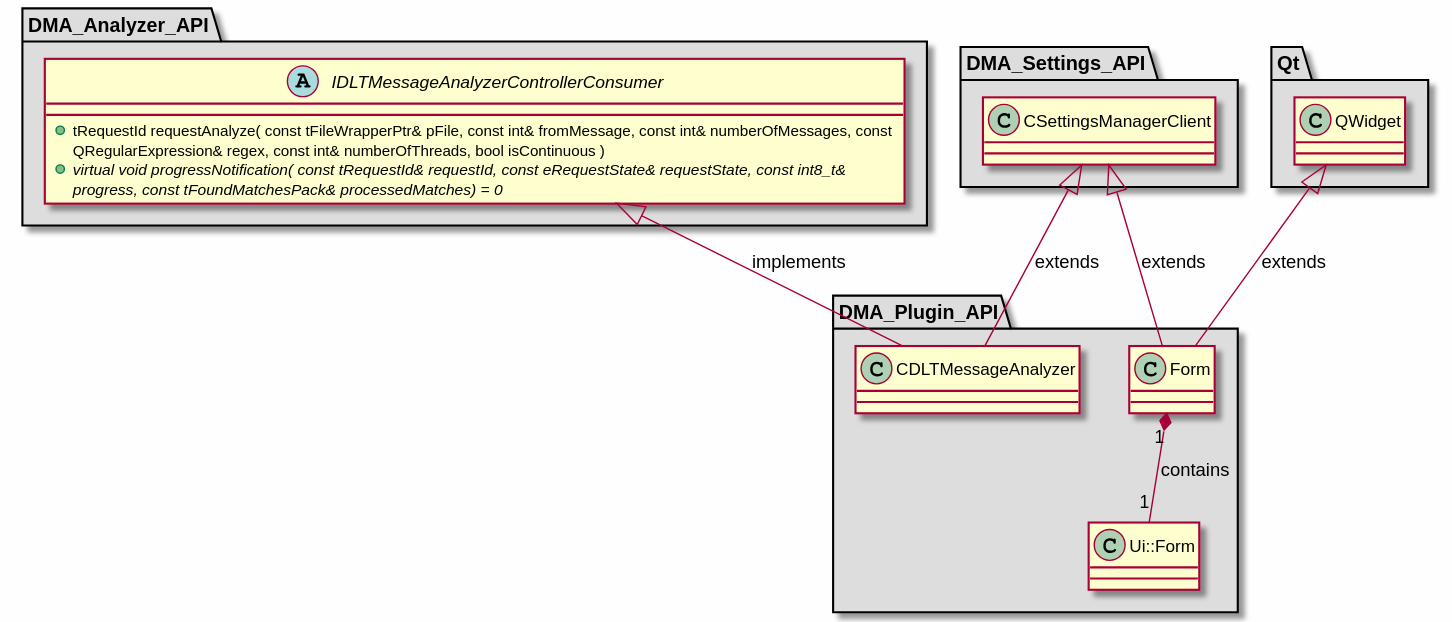
Earlier version of the PlantUML export md/dev_docs/puml/DMA_Plugin_API_standalone.svg (svlad-90/DLT-Message-Analyzer). Source of this version:
```plantuml
@startuml

skinparam backgroundColor #FEFEFE
skinparam wrapWidth 600
package "DMA_Analyzer_API" #DDDDDD
{

abstract class "IDLTMessageAnalyzerControllerConsumer"
{
    + tRequestId requestAnalyze( const tFileWrapperPtr& pFile, const int& fromMessage, const int& numberOfMessages, const QRegularExpression& regex, const int& numberOfThreads, bool isContinuous )
    + {abstract} virtual void progressNotification( const tRequestId& requestId, const eRequestState& requestState, const int8_t& progress, const tFoundMatchesPack& processedMatches) = 0
}

}

package "DMA_Plugin_API" #DDDDDD
{

class "CDLTMessageAnalyzer"
{
}

class "Form"
{
}

class "Ui::Form"
{
}

}

package "DMA_Settings_API" #DDDDDD
{

class "CSettingsManagerClient"
{
}

}

package "Qt" #DDDDDD
{

class "QWidget"
{
}

}

CSettingsManagerClient <|-- CDLTMessageAnalyzer : extends
IDLTMessageAnalyzerControllerConsumer <|-- CDLTMessageAnalyzer : implements
CSettingsManagerClient <|-- Form : extends
QWidget <|-- Form : extends

Form "1" *-- "1" Ui::Form : contains

@enduml
```
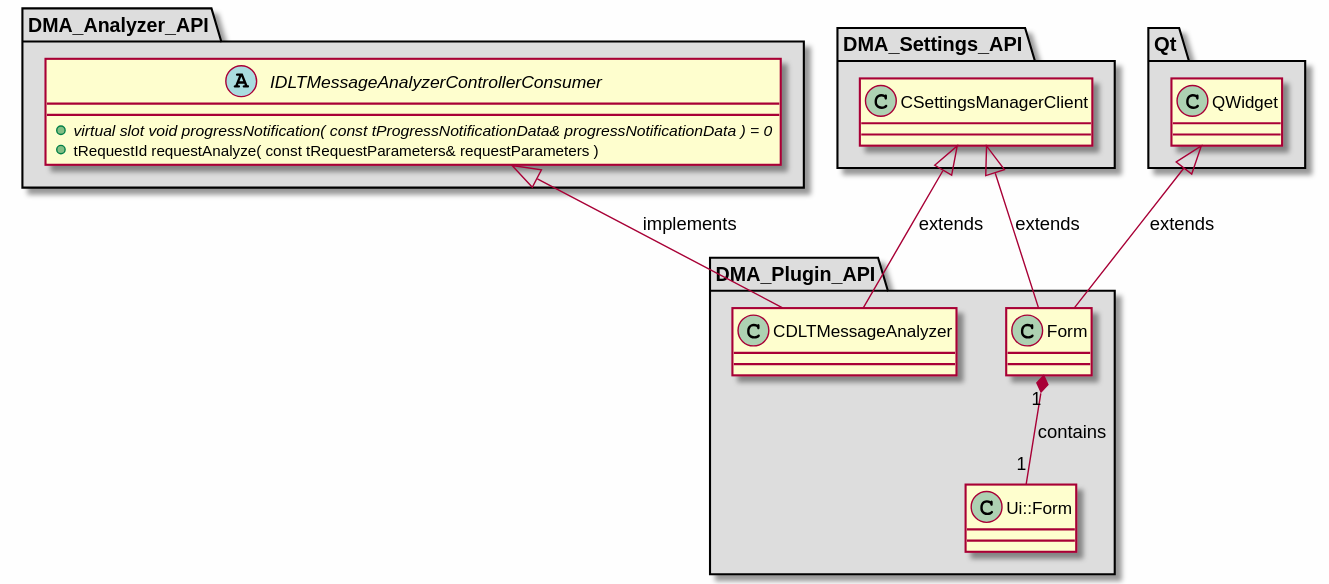
The same file after the commit.

The edit, as a diff of the source:
```diff
@@ -7,8 +7,8 @@
 
 abstract class "IDLTMessageAnalyzerControllerConsumer"
 {
-    + tRequestId requestAnalyze( const tFileWrapperPtr& pFile, const int& fromMessage, const int& numberOfMessages, const QRegularExpression& regex, const int& numberOfThreads, bool isContinuous )
-    + {abstract} virtual void progressNotification( const tRequestId& requestId, const eRequestState& requestState, const int8_t& progress, const tFoundMatchesPack& processedMatches) = 0
+    + {abstract} virtual slot void progressNotification( const tProgressNotificationData& progressNotificationData ) = 0
+    + tRequestId requestAnalyze( const tRequestParameters& requestParameters )
 }
 
 }
```
